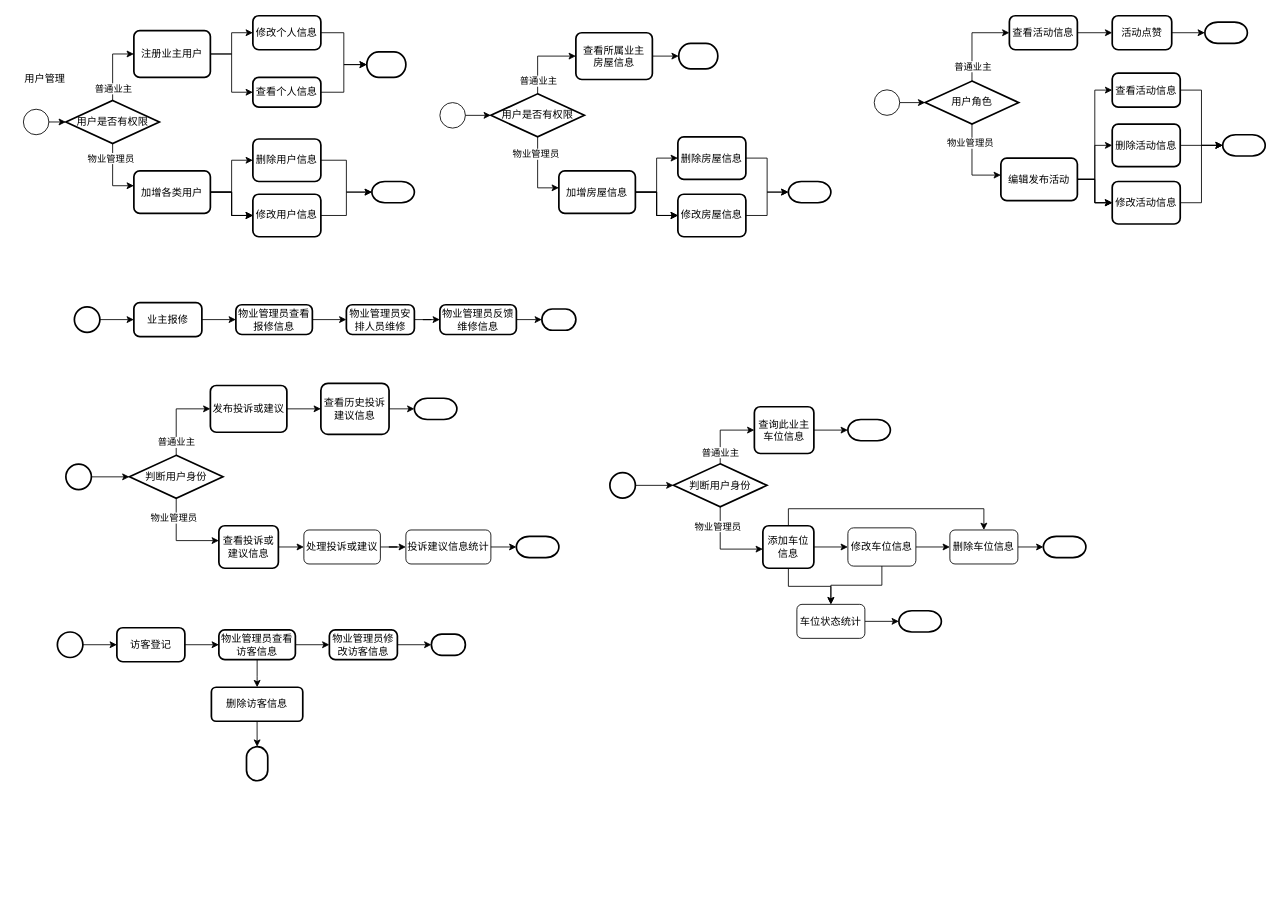
This is page "第 4 页" (4 of 4) of projectfiles/uml/安居小区物业管理系统.drawio from KuChanMaster/PropertiesManager, a draw.io file, before an edit. Source tidied: cells renumbered, new cells numbered last; positions are measured from the earlier drawing's top-left corner, leaving out a move shared by most shapes. Both pictures are drawn from the tidied source at 85%, with x=0, y=0 at pixel (14, 15).
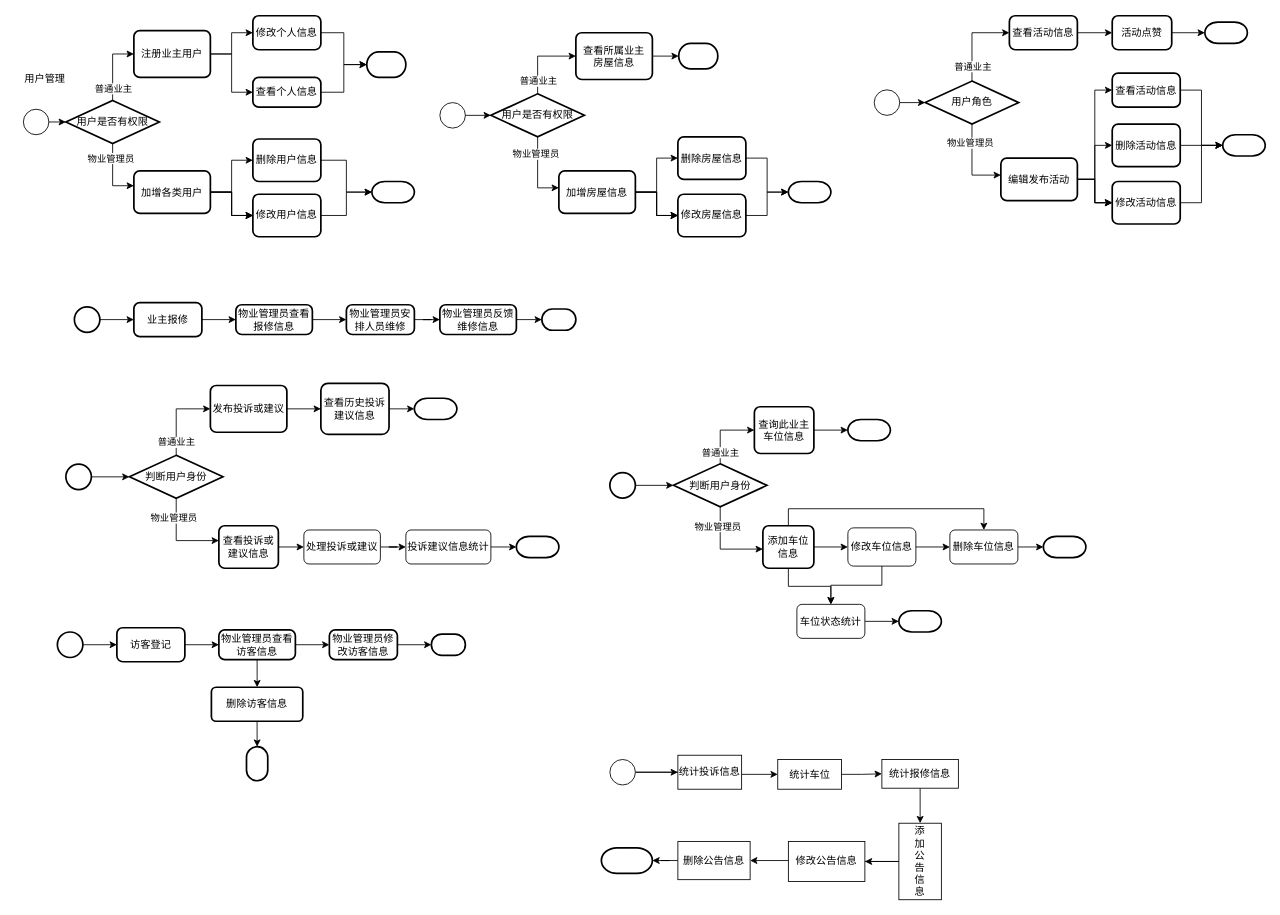
Above is the later version.

Change to the diagram source:
```diff
@@
+    <mxCell id="139" style="edgeStyle=orthogonalEdgeStyle;rounded=0;jettySize=auto;html=1;exitX=1;exitY=0.5;exitDx=0;exitDy=0;entryX=0;entryY=0.5;entryDx=0;entryDy=0;" parent="1" edge="1" source="141" target="144">
+      <mxGeometry relative="1" as="geometry" />
+    </mxCell>
+    <mxCell id="140" style="edgeStyle=orthogonalEdgeStyle;rounded=0;jettySize=auto;html=1;exitX=1;exitY=0.5;exitDx=0;exitDy=0;entryX=0;entryY=0.5;entryDx=0;entryDy=0;" parent="1" edge="1" source="141" target="143">
+      <mxGeometry relative="1" as="geometry" />
+    </mxCell>
+    <mxCell id="141" style="ellipse;whiteSpace=wrap;html=1;" parent="1" vertex="1">
+      <mxGeometry x="700" y="875" width="30" height="30" as="geometry" />
+    </mxCell>
+    <mxCell id="142" style="edgeStyle=orthogonalEdgeStyle;rounded=0;jettySize=auto;html=1;" parent="1" edge="1" source="143" target="146">
+      <mxGeometry relative="1" as="geometry" />
+    </mxCell>
+    <mxCell id="143" value="统计车位" style="rounded=0;whiteSpace=wrap;html=1;" parent="1" vertex="1">
+      <mxGeometry x="897.5" y="875" width="75" height="35" as="geometry" />
+    </mxCell>
+    <mxCell id="144" value="统计投诉信息" style="rounded=0;whiteSpace=wrap;html=1;" parent="1" vertex="1">
+      <mxGeometry x="780" y="870" width="75" height="40" as="geometry" />
+    </mxCell>
+    <mxCell id="145" style="edgeStyle=orthogonalEdgeStyle;rounded=0;jettySize=auto;html=1;" parent="1" edge="1" source="146" target="149">
+      <mxGeometry relative="1" as="geometry" />
+    </mxCell>
+    <mxCell id="146" value="统计报修信息" style="whiteSpace=wrap;html=1;rounded=0;" parent="1" vertex="1">
+      <mxGeometry x="1020" y="875" width="90" height="33.8" as="geometry" />
+    </mxCell>
+    <mxCell id="147" style="edgeStyle=orthogonalEdgeStyle;rounded=0;jettySize=auto;html=1;" parent="1" edge="1" source="149" target="150">
+      <mxGeometry relative="1" as="geometry" />
+    </mxCell>
+    <mxCell id="148" style="edgeStyle=orthogonalEdgeStyle;rounded=0;jettySize=auto;html=1;" parent="1" edge="1" source="149" target="152">
+      <mxGeometry relative="1" as="geometry" />
+    </mxCell>
+    <mxCell id="149" value="&lt;div&gt;添&lt;/div&gt;&lt;div&gt;加&lt;/div&gt;公&lt;div&gt;告&lt;/div&gt;&lt;div&gt;信&lt;/div&gt;&lt;div&gt;息&lt;/div&gt;" style="whiteSpace=wrap;html=1;rounded=0;" parent="1" vertex="1">
+      <mxGeometry x="1040" y="950" width="50" height="90" as="geometry" />
+    </mxCell>
+    <mxCell id="150" value="修改公告信息" style="whiteSpace=wrap;html=1;rounded=0;" parent="1" vertex="1">
+      <mxGeometry x="910" y="971.4" width="90" height="47.2" as="geometry" />
+    </mxCell>
+    <mxCell id="151" style="edgeStyle=orthogonalEdgeStyle;rounded=0;jettySize=auto;html=1;exitX=0;exitY=0.5;exitDx=0;exitDy=0;" parent="1" edge="1" source="152" target="153">
+      <mxGeometry relative="1" as="geometry" />
+    </mxCell>
+    <mxCell id="152" value="删除公告信息" style="whiteSpace=wrap;html=1;rounded=0;" parent="1" vertex="1">
+      <mxGeometry x="780" y="971.4" width="85" height="45" as="geometry" />
+    </mxCell>
+    <mxCell id="153" style="strokeWidth=2;html=1;shape=mxgraph.flowchart.terminator;whiteSpace=wrap;" parent="1" vertex="1">
+      <mxGeometry x="690" y="978.9" width="60" height="30" as="geometry" />
+    </mxCell>
```
